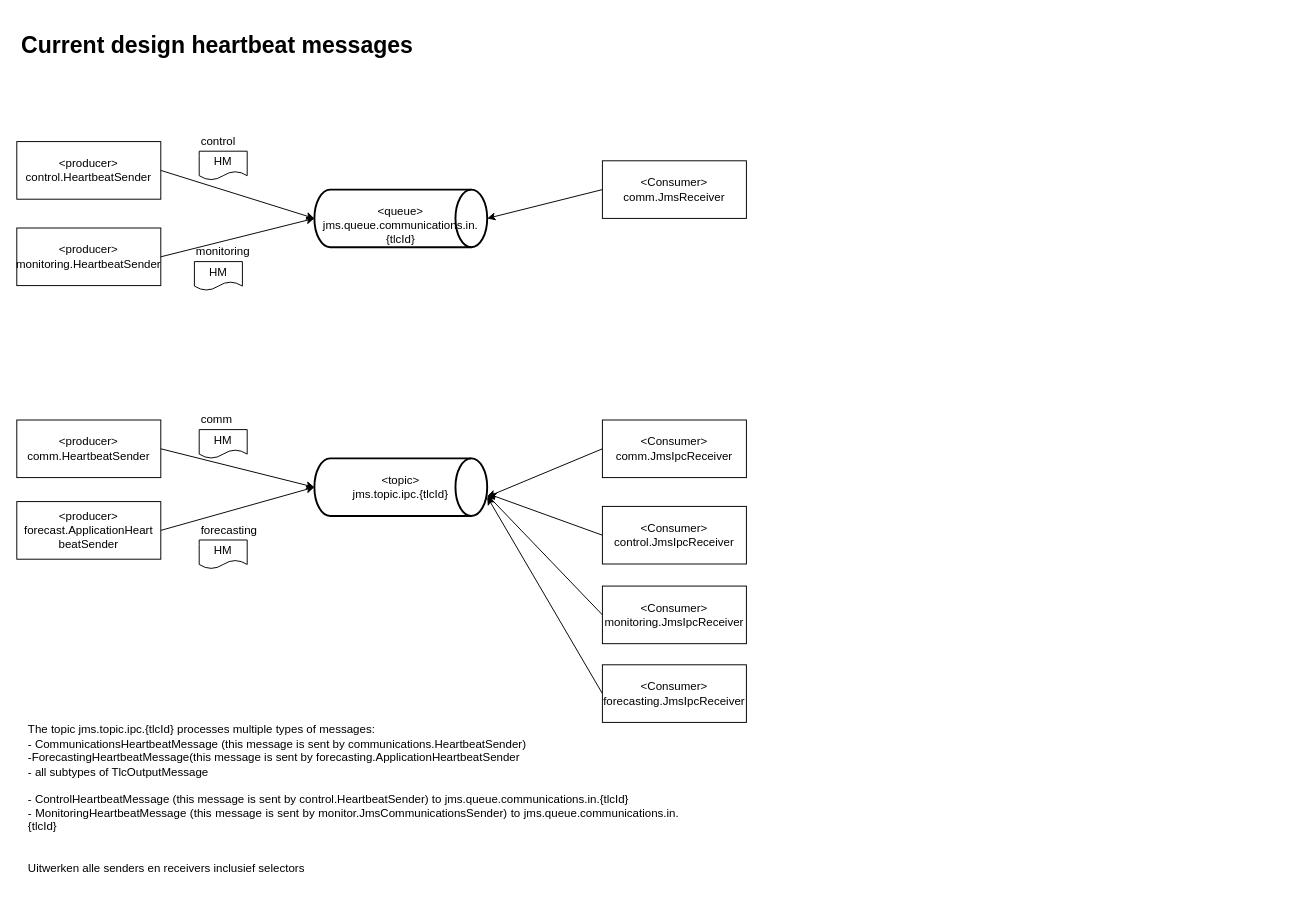
Before: Untitled Diagram.drawio in ahup/drawings, a draw.io diagram. Source tidied: cells renumbered, new cells numbered last; positions are measured from the earlier drawing's top-left corner, leaving out a move shared by most shapes. Both pictures are drawn from the tidied source at 96%, with x=0, y=0 at pixel (16, 26).
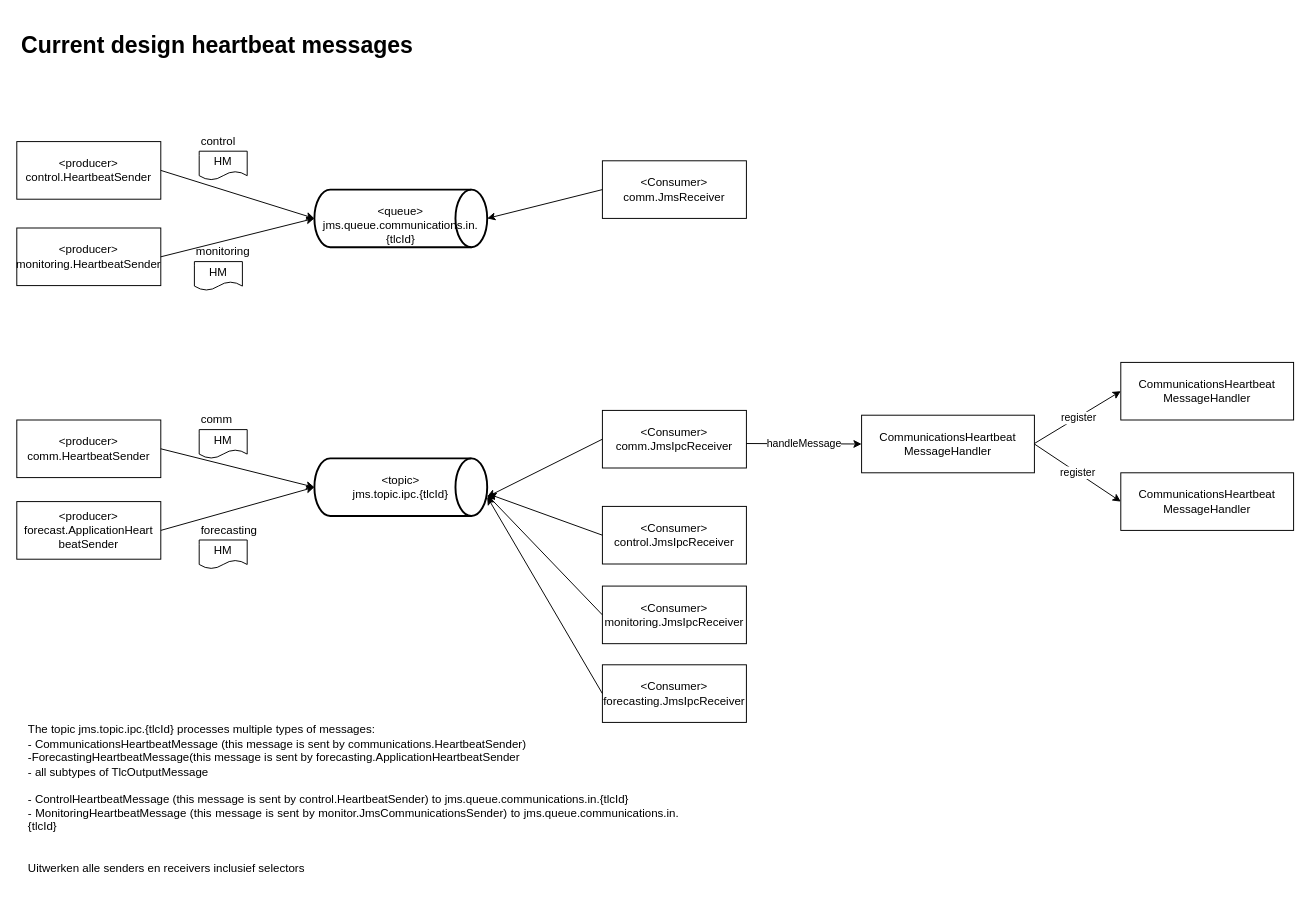
The same page after the edit.

What changed in the source:
```diff
@@
     <mxCell id="9" value="&amp;lt;Consumer&amp;gt;&lt;br&gt;comm.JmsIpcReceiver" style="rounded=0;whiteSpace=wrap;html=1;" parent="1" vertex="1">
-      <mxGeometry x="610" y="410" width="150" height="60" as="geometry" />
+      <mxGeometry x="610" y="400" width="150" height="60" as="geometry" />
     </mxCell>
@@
+    <mxCell id="32" value="CommunicationsHeartbeat&lt;br&gt;MessageHandler" style="rounded=0;whiteSpace=wrap;html=1;" parent="1" vertex="1">
+      <mxGeometry x="880" y="405" width="180" height="60" as="geometry" />
+    </mxCell>
+    <mxCell id="33" style="endArrow=classic;html=1;entryX=0;entryY=0.5;entryDx=0;entryDy=0;" parent="1" edge="1" target="32">
+      <mxGeometry relative="1" as="geometry">
+        <mxPoint x="760" y="434.5" as="sourcePoint" />
+      </mxGeometry>
+    </mxCell>
+    <mxCell id="34" value="handleMessage" style="edgeLabel;html=1;align=center;verticalAlign=middle;" parent="33" vertex="1">
+      <mxGeometry relative="1" as="geometry" />
+    </mxCell>
+    <mxCell id="35" value="CommunicationsHeartbeat&lt;br&gt;MessageHandler" style="rounded=0;whiteSpace=wrap;html=1;" parent="1" vertex="1">
+      <mxGeometry x="1150" y="465" width="180" height="60" as="geometry" />
+    </mxCell>
+    <mxCell id="36" value="CommunicationsHeartbeat&lt;br&gt;MessageHandler" style="rounded=0;whiteSpace=wrap;html=1;" parent="1" vertex="1">
+      <mxGeometry x="1150" y="350" width="180" height="60" as="geometry" />
+    </mxCell>
+    <mxCell id="37" style="endArrow=classic;html=1;entryX=0;entryY=0.5;entryDx=0;entryDy=0;" parent="1" edge="1" target="36">
+      <mxGeometry relative="1" as="geometry">
+        <mxPoint x="1060" y="434.5" as="sourcePoint" />
+      </mxGeometry>
+    </mxCell>
+    <mxCell id="38" value="register" style="edgeLabel;html=1;align=center;verticalAlign=middle;" parent="37" vertex="1">
+      <mxGeometry relative="1" as="geometry" />
+    </mxCell>
+    <mxCell id="39" style="endArrow=classic;html=1;entryX=0;entryY=0.5;entryDx=0;entryDy=0;exitX=1;exitY=0.5;exitDx=0;exitDy=0;" parent="1" edge="1" source="32" target="35">
+      <mxGeometry relative="1" as="geometry" />
+    </mxCell>
+    <mxCell id="40" value="register" style="edgeLabel;html=1;align=center;verticalAlign=middle;" parent="39" vertex="1">
+      <mxGeometry relative="1" as="geometry" />
+    </mxCell>
```
